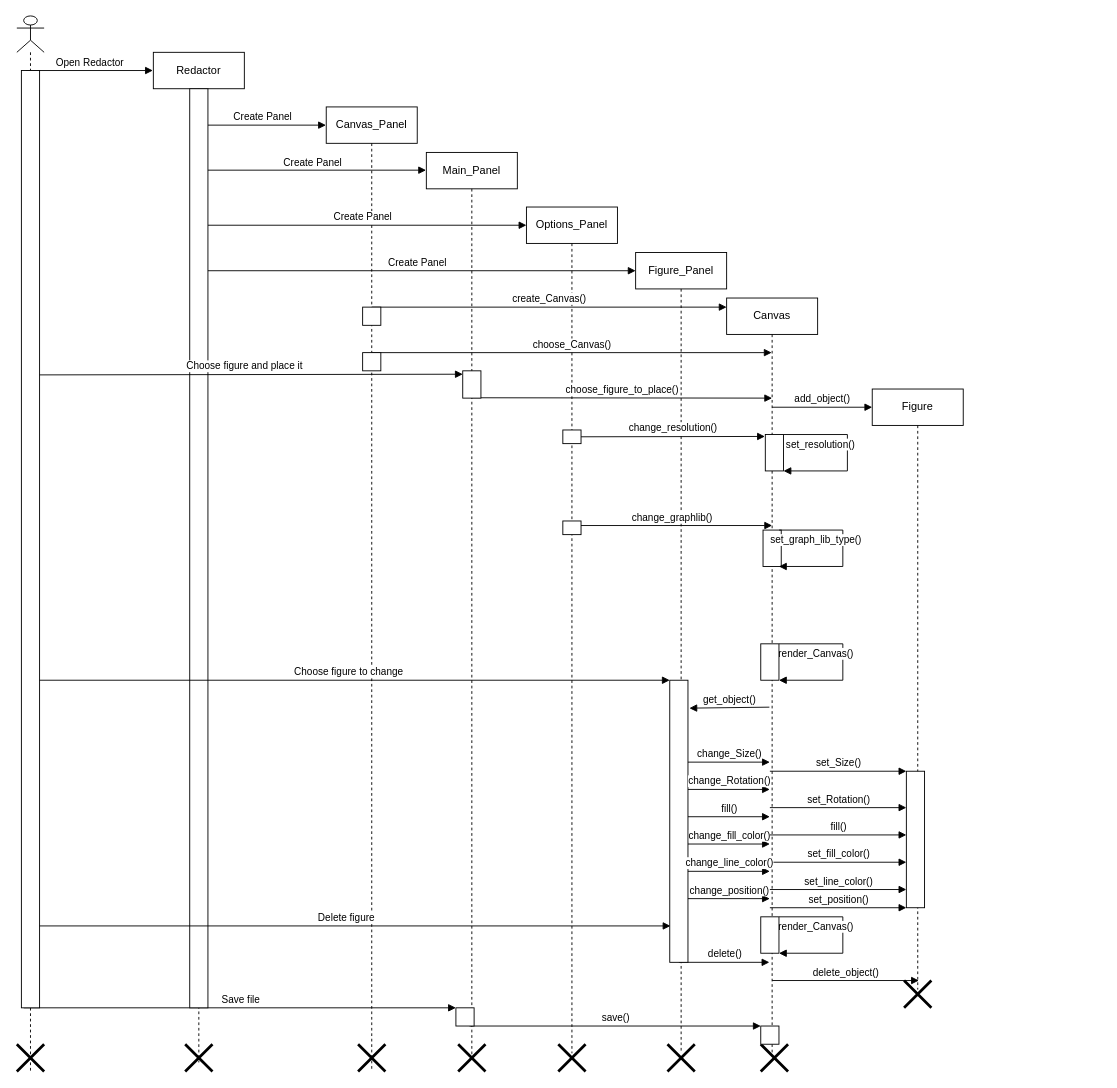
This is Sequance.drawio from MstislavRomanovski/ProgramIngeneering, a draw.io file, before an edit. Source tidied: cells renumbered, new cells numbered last; positions are measured from the earlier drawing's top-left corner, leaving out a move shared by most shapes. Both pictures are drawn from the tidied source at 91%, with x=0, y=0 at pixel (16, 15).
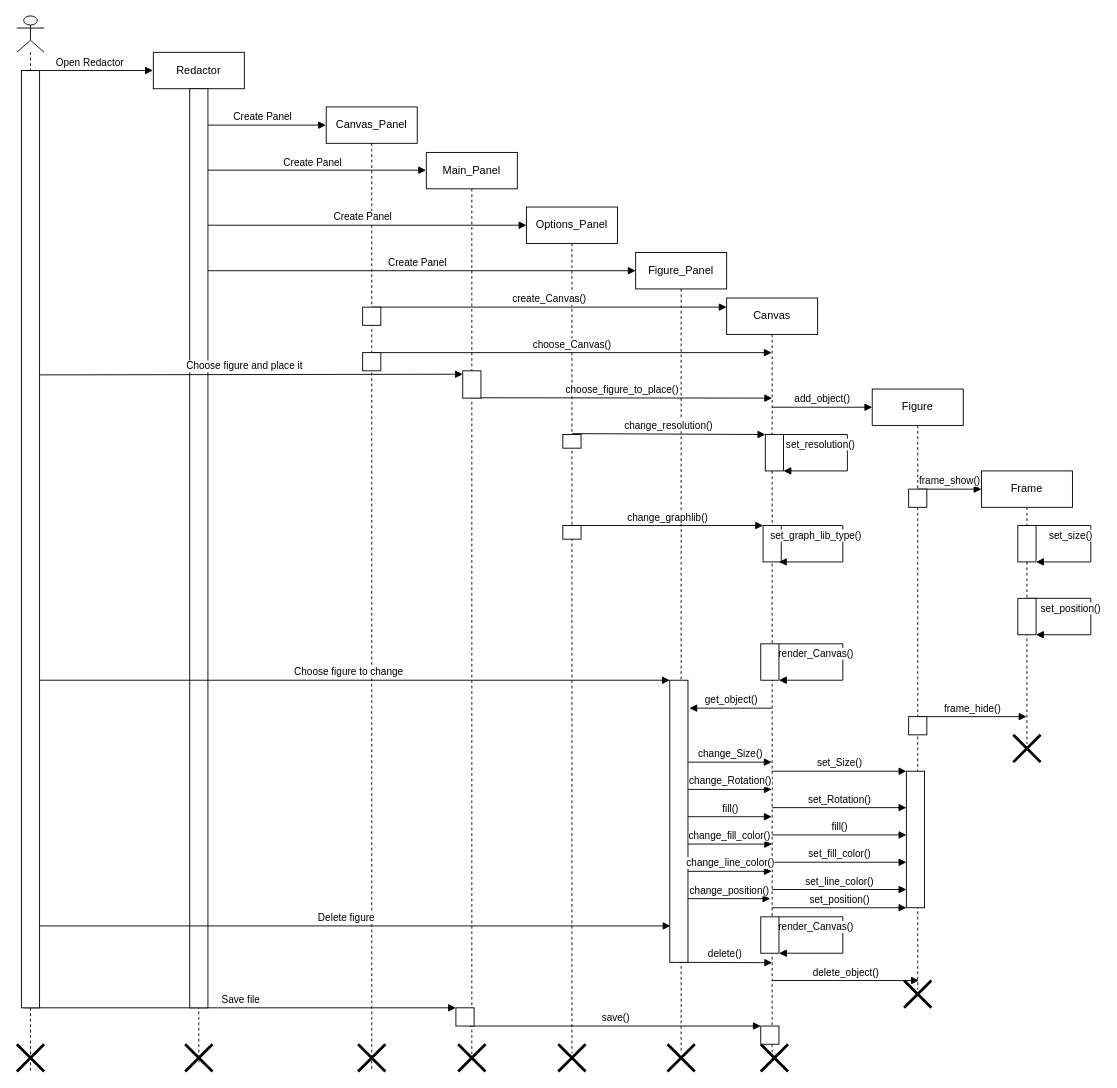
The same page after the edit.

Unchanged cells that the change refers to:
```xml
<mxCell id="8" value="Canvas" style="shape=umlLifeline;perimeter=lifelinePerimeter;whiteSpace=wrap;html=1;outlineConnect=0;portConstraint=eastwest;newEdgeStyle={&quot;edgeStyle&quot;:&quot;elbowEdgeStyle&quot;,&quot;elbow&quot;:&quot;vertical&quot;,&quot;curved&quot;:0,&quot;rounded&quot;:0};" parent="1" vertex="1">
  <mxGeometry x="780" y="310" width="100" height="830" as="geometry" />
</mxCell>
<mxCell id="9" value="Figure" style="shape=umlLifeline;perimeter=lifelinePerimeter;whiteSpace=wrap;html=1;outlineConnect=0;portConstraint=eastwest;newEdgeStyle={&quot;edgeStyle&quot;:&quot;elbowEdgeStyle&quot;,&quot;elbow&quot;:&quot;vertical&quot;,&quot;curved&quot;:0,&quot;rounded&quot;:0};" parent="1" vertex="1">
  <mxGeometry x="940" y="410" width="100" height="660" as="geometry" />
</mxCell>
<mxCell id="37" style="rounded=0;whiteSpace=wrap;html=1;" parent="1" vertex="1">
  <mxGeometry x="977.5" y="830" width="20" height="150" as="geometry" />
</mxCell>
<mxCell id="45" style="rounded=0;whiteSpace=wrap;html=1;" parent="1" vertex="1">
  <mxGeometry x="717.5" y="730" width="20" height="310" as="geometry" />
</mxCell>
<mxCell id="59" style="rounded=0;whiteSpace=wrap;html=1;" parent="1" vertex="1">
  <mxGeometry x="822.5" y="460" width="20" height="40" as="geometry" />
</mxCell>
```

What changed in the source:
```diff
@@
-    <mxCell id="24" value="delete()" style="html=1;verticalAlign=bottom;endArrow=block;curved=0;rounded=0;" parent="1" edge="1">
+    <mxCell id="24" value="delete()" style="html=1;verticalAlign=bottom;endArrow=block;curved=0;rounded=0;entryX=0.5;entryY=0.88;entryDx=0;entryDy=0;entryPerimeter=0;" parent="1" edge="1" target="8">
       <mxGeometry relative="1" as="geometry">
         <mxPoint x="727.5" y="1040" as="sourcePoint" />
-        <mxPoint x="827" y="1040" as="targetPoint" />
       </mxGeometry>
     </mxCell>
-    <mxCell id="25" value="get_object()" style="html=1;verticalAlign=bottom;endArrow=block;curved=0;rounded=0;entryX=1.079;entryY=0.099;entryDx=0;entryDy=0;entryPerimeter=0;" parent="1" edge="1" target="45">
-      <mxGeometry relative="1" as="geometry">
-        <mxPoint x="827" y="759.6" as="sourcePoint" />
-      </mxGeometry>
+    <mxCell id="25" value="get_object()" style="html=1;verticalAlign=bottom;endArrow=block;curved=0;rounded=0;entryX=1.079;entryY=0.099;entryDx=0;entryDy=0;entryPerimeter=0;" parent="1" edge="1" source="8" target="45">
+      <mxGeometry relative="1" as="geometry" />
     </mxCell>
     <mxCell id="26" value="set_Size()" style="html=1;verticalAlign=bottom;endArrow=block;curved=0;rounded=0;entryX=0;entryY=0;entryDx=0;entryDy=0;" parent="1" edge="1" target="37">
       <mxGeometry relative="1" as="geometry">
-        <mxPoint x="827.5" y="830" as="sourcePoint" />
+        <mxPoint x="830" y="830" as="sourcePoint" />
       </mxGeometry>
     </mxCell>
     <mxCell id="27" value="set_Rotation()" style="html=1;verticalAlign=bottom;endArrow=block;curved=0;rounded=0;entryX=0;entryY=0;entryDx=0;entryDy=0;" parent="1" edge="1">
       <mxGeometry relative="1" as="geometry">
-        <mxPoint x="827.5" y="870" as="sourcePoint" />
+        <mxPoint x="830" y="870" as="sourcePoint" />
         <mxPoint x="977.5" y="870" as="targetPoint" />
       </mxGeometry>
     </mxCell>
     <mxCell id="28" value="fill()" style="html=1;verticalAlign=bottom;endArrow=block;curved=0;rounded=0;entryX=0;entryY=0;entryDx=0;entryDy=0;" parent="1" edge="1">
       <mxGeometry relative="1" as="geometry">
-        <mxPoint x="827.5" y="900" as="sourcePoint" />
+        <mxPoint x="830" y="900" as="sourcePoint" />
         <mxPoint x="977.5" y="900" as="targetPoint" />
       </mxGeometry>
     </mxCell>
     <mxCell id="29" value="set_fill_color()" style="html=1;verticalAlign=bottom;endArrow=block;curved=0;rounded=0;entryX=0;entryY=0;entryDx=0;entryDy=0;" parent="1" edge="1">
       <mxGeometry relative="1" as="geometry">
-        <mxPoint x="827.5" y="930" as="sourcePoint" />
+        <mxPoint x="830" y="930" as="sourcePoint" />
         <mxPoint x="977.5" y="930" as="targetPoint" />
       </mxGeometry>
     </mxCell>
     <mxCell id="30" value="set_line_color()" style="html=1;verticalAlign=bottom;endArrow=block;curved=0;rounded=0;entryX=0;entryY=0;entryDx=0;entryDy=0;" parent="1" edge="1">
       <mxGeometry relative="1" as="geometry">
-        <mxPoint x="827.5" y="960" as="sourcePoint" />
+        <mxPoint x="830" y="960" as="sourcePoint" />
         <mxPoint x="977.5" y="960" as="targetPoint" />
       </mxGeometry>
     </mxCell>
     <mxCell id="31" value="set_position()" style="html=1;verticalAlign=bottom;endArrow=block;curved=0;rounded=0;entryX=0;entryY=0;entryDx=0;entryDy=0;" parent="1" edge="1">
       <mxGeometry relative="1" as="geometry">
-        <mxPoint x="827.5" y="980" as="sourcePoint" />
+        <mxPoint x="830" y="980" as="sourcePoint" />
         <mxPoint x="977.5" y="980" as="targetPoint" />
       </mxGeometry>
     </mxCell>
@@
-    <mxCell id="46" value="change_Size()" style="html=1;verticalAlign=bottom;endArrow=block;curved=0;rounded=0;" parent="1" edge="1">
+    <mxCell id="46" value="change_Size()" style="html=1;verticalAlign=bottom;endArrow=block;curved=0;rounded=0;" parent="1" edge="1" target="8">
       <mxGeometry relative="1" as="geometry">
         <mxPoint x="737.5" y="820" as="sourcePoint" />
-        <mxPoint x="827.5" y="820" as="targetPoint" />
       </mxGeometry>
     </mxCell>
-    <mxCell id="47" value="change_Rotation()" style="html=1;verticalAlign=bottom;endArrow=block;curved=0;rounded=0;" parent="1" edge="1">
+    <mxCell id="47" value="change_Rotation()" style="html=1;verticalAlign=bottom;endArrow=block;curved=0;rounded=0;" parent="1" edge="1" target="8">
       <mxGeometry relative="1" as="geometry">
         <mxPoint x="737.5" y="850" as="sourcePoint" />
-        <mxPoint x="827.5" y="850" as="targetPoint" />
       </mxGeometry>
     </mxCell>
-    <mxCell id="48" value="fill()" style="html=1;verticalAlign=bottom;endArrow=block;curved=0;rounded=0;" parent="1" edge="1">
+    <mxCell id="48" value="fill()" style="html=1;verticalAlign=bottom;endArrow=block;curved=0;rounded=0;" parent="1" edge="1" target="8">
       <mxGeometry relative="1" as="geometry">
         <mxPoint x="737.5" y="880" as="sourcePoint" />
-        <mxPoint x="827.5" y="880" as="targetPoint" />
       </mxGeometry>
     </mxCell>
-    <mxCell id="49" value="change_fill_color()" style="html=1;verticalAlign=bottom;endArrow=block;curved=0;rounded=0;" parent="1" edge="1">
+    <mxCell id="49" value="change_fill_color()" style="html=1;verticalAlign=bottom;endArrow=block;curved=0;rounded=0;entryX=0.5;entryY=0.723;entryDx=0;entryDy=0;entryPerimeter=0;" parent="1" edge="1" target="8">
       <mxGeometry relative="1" as="geometry">
         <mxPoint x="737.5" y="910" as="sourcePoint" />
-        <mxPoint x="827.5" y="910" as="targetPoint" />
       </mxGeometry>
     </mxCell>
-    <mxCell id="50" value="change_line_color()" style="html=1;verticalAlign=bottom;endArrow=block;curved=0;rounded=0;" parent="1" edge="1">
+    <mxCell id="50" value="change_line_color()" style="html=1;verticalAlign=bottom;endArrow=block;curved=0;rounded=0;" parent="1" edge="1" target="8">
       <mxGeometry relative="1" as="geometry">
         <mxPoint x="737.5" y="940" as="sourcePoint" />
-        <mxPoint x="827.5" y="940" as="targetPoint" />
       </mxGeometry>
     </mxCell>
     <mxCell id="51" value="change_position()" style="html=1;verticalAlign=bottom;endArrow=block;curved=0;rounded=0;" parent="1" edge="1">
       <mxGeometry relative="1" as="geometry">
         <mxPoint x="737.5" y="970" as="sourcePoint" />
-        <mxPoint x="827.5" y="970" as="targetPoint" />
+        <mxPoint x="828" y="970" as="targetPoint" />
       </mxGeometry>
     </mxCell>
@@
-    <mxCell id="56" value="change_resolution()" style="html=1;verticalAlign=bottom;endArrow=block;curved=0;rounded=0;entryX=-0.022;entryY=0.053;entryDx=0;entryDy=0;entryPerimeter=0;" parent="1" edge="1" source="64" target="59">
+    <mxCell id="56" value="change_resolution()" style="html=1;verticalAlign=bottom;endArrow=block;curved=0;rounded=0;entryX=0;entryY=0;entryDx=0;entryDy=0;exitX=0.517;exitY=-0.067;exitDx=0;exitDy=0;exitPerimeter=0;" parent="1" edge="1" source="64" target="59">
       <mxGeometry relative="1" as="geometry" />
     </mxCell>
@@
-    <mxCell id="60" value="change_graphlib()" style="html=1;verticalAlign=bottom;endArrow=block;curved=0;rounded=0;" parent="1" edge="1">
+    <mxCell id="60" value="change_graphlib()" style="html=1;verticalAlign=bottom;endArrow=block;curved=0;rounded=0;entryX=0;entryY=0;entryDx=0;entryDy=0;" parent="1" edge="1" target="61">
       <mxGeometry relative="1" as="geometry">
         <mxPoint x="610" y="560" as="sourcePoint" />
-        <mxPoint x="830" y="560" as="targetPoint" />
       </mxGeometry>
     </mxCell>
     <mxCell id="61" style="rounded=0;whiteSpace=wrap;html=1;" parent="1" vertex="1">
-      <mxGeometry x="820" y="565" width="20" height="40" as="geometry" />
+      <mxGeometry x="820" y="560" width="20" height="40" as="geometry" />
     </mxCell>
     <mxCell id="62" style="rounded=0;whiteSpace=wrap;html=1;" parent="1" vertex="1">
-      <mxGeometry x="600" y="555" width="20" height="15" as="geometry" />
+      <mxGeometry x="600" y="560" width="20" height="15" as="geometry" />
     </mxCell>
-    <mxCell id="63" style="html=1;verticalAlign=bottom;endArrow=block;curved=0;rounded=0;" parent="1" edge="1" target="64">
-      <mxGeometry relative="1" as="geometry">
-        <mxPoint x="610" y="460" as="sourcePoint" />
-      </mxGeometry>
-    </mxCell>
     <mxCell id="64" style="rounded=0;whiteSpace=wrap;html=1;" parent="1" vertex="1">
-      <mxGeometry x="600" y="455" width="20" height="15" as="geometry" />
+      <mxGeometry x="600" y="460" width="20" height="15" as="geometry" />
     </mxCell>
     <mxCell id="65" value="set_graph_lib_type()" style="html=1;verticalAlign=bottom;endArrow=block;curved=0;rounded=0;" parent="1" edge="1">
       <mxGeometry x="0.55" y="-20" relative="1" as="geometry">
-        <mxPoint x="837.7" y="565" as="sourcePoint" />
-        <mxPoint x="837.5" y="605" as="targetPoint" />
+        <mxPoint x="837.7" y="560" as="sourcePoint" />
+        <mxPoint x="837.5" y="600" as="targetPoint" />
         <Array as="points">
-          <mxPoint x="907.7" y="565" />
-          <mxPoint x="907.7" y="605" />
+          <mxPoint x="907.7" y="560" />
+          <mxPoint x="907.7" y="600" />
         </Array>
       </mxGeometry>
     </mxCell>
@@
+    <mxCell id="69" value="Frame" style="shape=umlLifeline;perimeter=lifelinePerimeter;whiteSpace=wrap;html=1;outlineConnect=0;portConstraint=eastwest;newEdgeStyle={&quot;curved&quot;:0,&quot;rounded&quot;:0};" parent="1" vertex="1">
+      <mxGeometry x="1060" y="500" width="100" height="300" as="geometry" />
+    </mxCell>
+    <mxCell id="70" value="frame_show()" style="html=1;verticalAlign=bottom;endArrow=block;curved=0;rounded=0;" parent="1" edge="1" source="9">
+      <mxGeometry relative="1" as="geometry">
+        <mxPoint x="1060" y="520" as="targetPoint" />
+      </mxGeometry>
+    </mxCell>
+    <mxCell id="71" value="frame_hide()" style="html=1;verticalAlign=bottom;endArrow=block;curved=0;rounded=0;" parent="1" edge="1" target="69">
+      <mxGeometry relative="1" as="geometry">
+        <mxPoint x="990" y="770" as="sourcePoint" />
+      </mxGeometry>
+    </mxCell>
+    <mxCell id="72" style="shape=umlDestroy;whiteSpace=wrap;html=1;strokeWidth=3;targetShapes=umlLifeline;" parent="1" vertex="1">
+      <mxGeometry x="1095" y="790" width="30" height="30" as="geometry" />
+    </mxCell>
+    <mxCell id="73" style="rounded=0;whiteSpace=wrap;html=1;" parent="1" vertex="1">
+      <mxGeometry x="980" y="520" width="20" height="20" as="geometry" />
+    </mxCell>
+    <mxCell id="74" style="rounded=0;whiteSpace=wrap;html=1;" parent="1" vertex="1">
+      <mxGeometry x="980" y="770" width="20" height="20" as="geometry" />
+    </mxCell>
+    <mxCell id="75" value="set_size()" style="html=1;verticalAlign=bottom;endArrow=block;curved=0;rounded=0;entryX=1;entryY=1;entryDx=0;entryDy=0;" parent="1" edge="1" target="76">
+      <mxGeometry x="0.55" y="-20" relative="1" as="geometry">
+        <mxPoint x="1110.2" y="560" as="sourcePoint" />
+        <Array as="points">
+          <mxPoint x="1180.2" y="560" />
+          <mxPoint x="1180.2" y="600" />
+        </Array>
+      </mxGeometry>
+    </mxCell>
+    <mxCell id="76" style="rounded=0;whiteSpace=wrap;html=1;" parent="1" vertex="1">
+      <mxGeometry x="1100" y="560" width="20" height="40" as="geometry" />
+    </mxCell>
+    <mxCell id="77" value="set_position()" style="html=1;verticalAlign=bottom;endArrow=block;curved=0;rounded=0;entryX=1;entryY=1;entryDx=0;entryDy=0;" parent="1" edge="1" target="78">
+      <mxGeometry x="0.55" y="-20" relative="1" as="geometry">
+        <mxPoint x="1110.2" y="640" as="sourcePoint" />
+        <Array as="points">
+          <mxPoint x="1180.2" y="640" />
+          <mxPoint x="1180.2" y="680" />
+        </Array>
+      </mxGeometry>
+    </mxCell>
+    <mxCell id="78" style="rounded=0;whiteSpace=wrap;html=1;" parent="1" vertex="1">
+      <mxGeometry x="1100" y="640" width="20" height="40" as="geometry" />
+    </mxCell>
```
